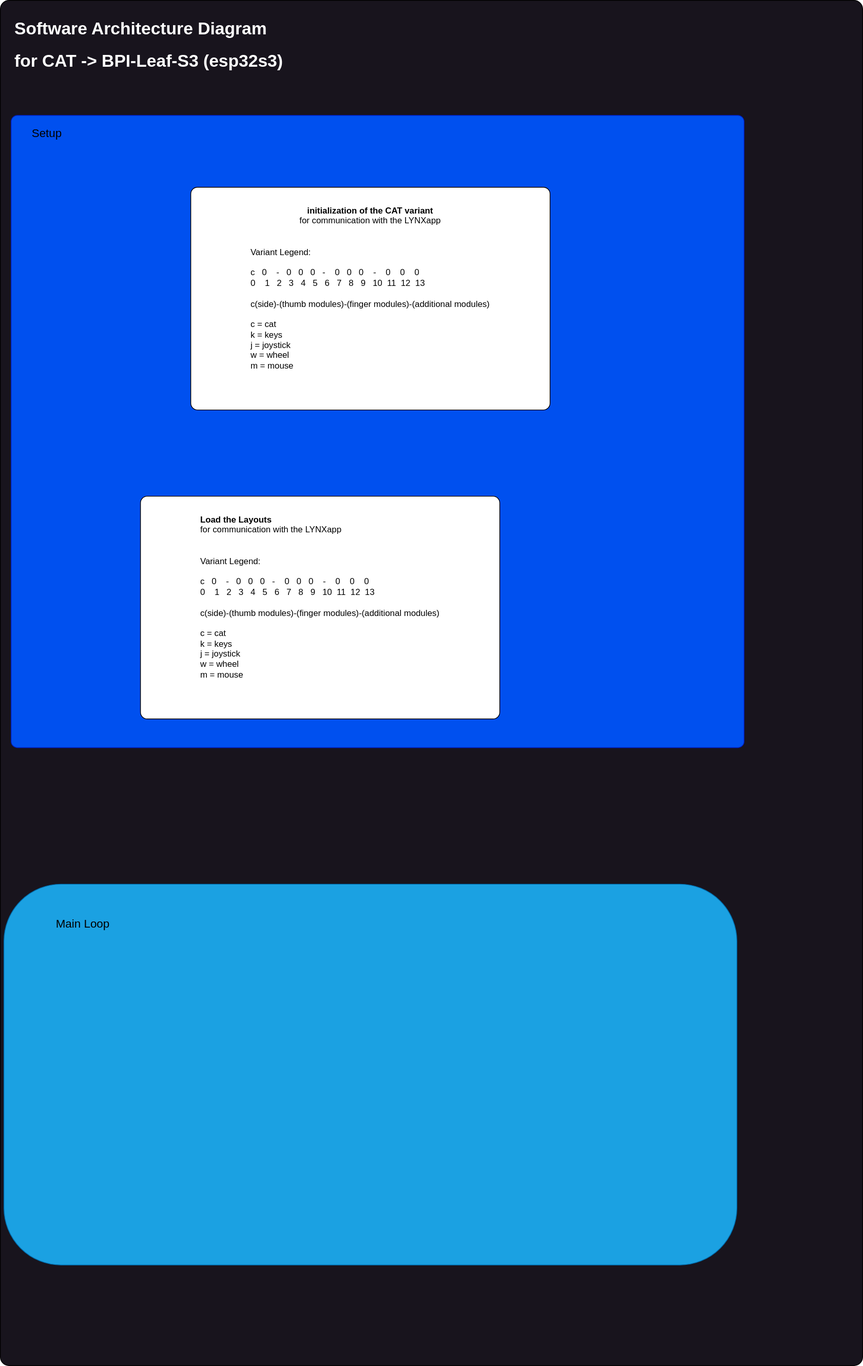
ApeDevil/dev-CAT keeps this draw.io diagram as images/SAD.svg. Above is the earlier version. Source tidied: cells renumbered, new cells last; positions are measured from the earlier drawing's top-left corner, leaving out a move shared by most shapes.
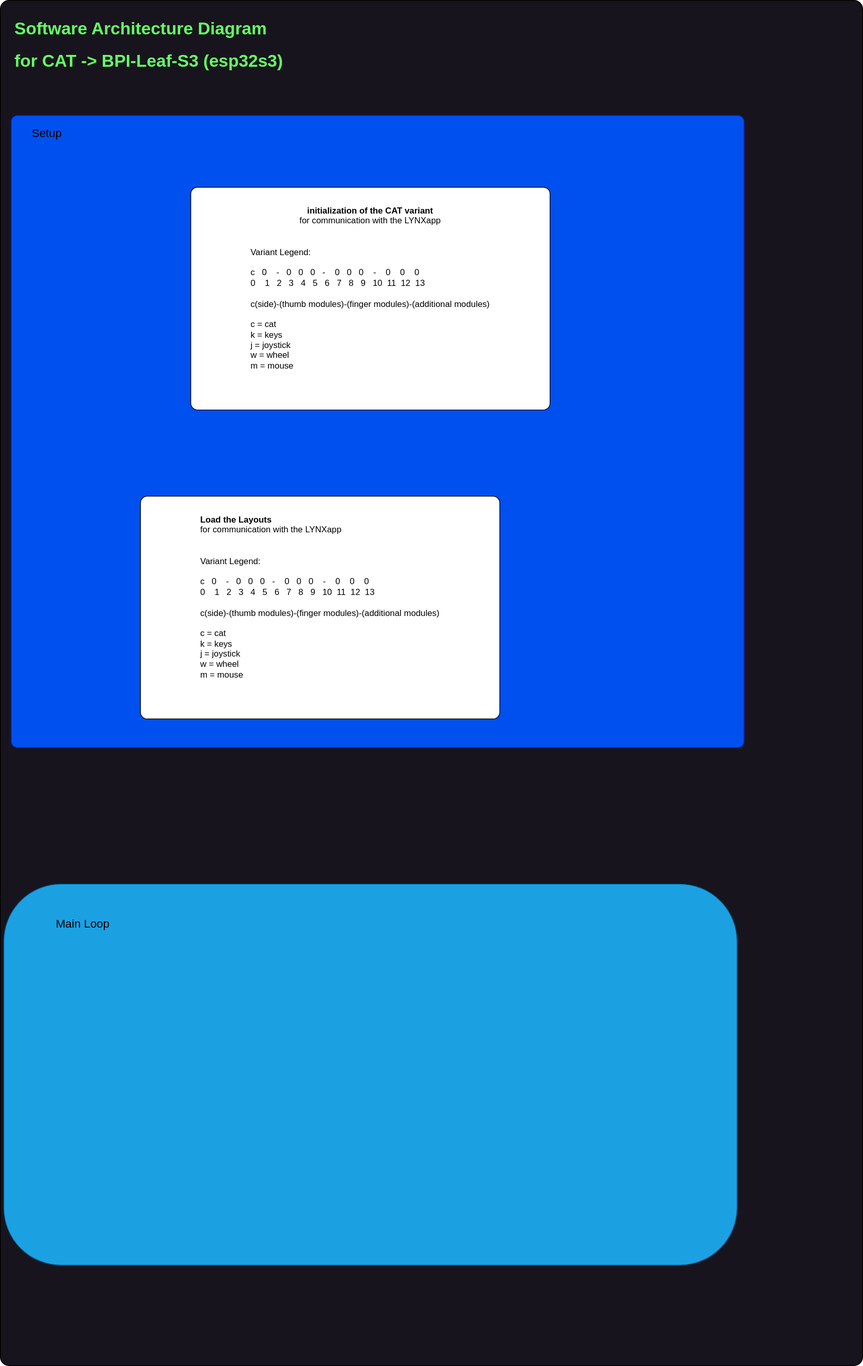
Above is the later version.

Diff of the diagram source:
```diff
@@ -11,7 +11,7 @@
     <mxCell id="4" style="rounded=1;whiteSpace=wrap;html=1;fillColor=#0050ef;fontColor=#ffffff;strokeColor=#001DBC;arcSize=1;" parent="1" vertex="1">
       <mxGeometry x="15" y="160" width="1020" height="880" as="geometry" />
     </mxCell>
-    <mxCell id="5" value="&lt;h1&gt;Software Architecture Diagram&lt;/h1&gt;&lt;h1&gt;for CAT -&amp;gt; BPI-Leaf-S3 (esp32s3)&lt;/h1&gt;" style="text;html=1;strokeColor=none;fillColor=none;spacing=5;spacingTop=-20;whiteSpace=wrap;overflow=hidden;rounded=0;fontColor=#FFFFFF;" parent="1" vertex="1">
+    <mxCell id="5" value="&lt;h1&gt;Software Architecture Diagram&lt;/h1&gt;&lt;h1&gt;for CAT -&amp;gt; BPI-Leaf-S3 (esp32s3)&lt;/h1&gt;" style="text;html=1;strokeColor=none;fillColor=none;spacing=5;spacingTop=-20;whiteSpace=wrap;overflow=hidden;rounded=0;fontColor=#66FF66;" parent="1" vertex="1">
       <mxGeometry x="15" y="20" width="530" height="90" as="geometry" />
     </mxCell>
     <mxCell id="6" value="&lt;b&gt;initialization of the CAT variant&lt;/b&gt;&lt;br&gt;for communication with the LYNXapp&lt;br&gt;&lt;br&gt;&lt;span style=&quot;background-color: initial;&quot;&gt;&lt;br&gt;&lt;div style=&quot;text-align: left;&quot;&gt;&lt;span style=&quot;background-color: initial;&quot;&gt;Variant Legend:&lt;/span&gt;&lt;/div&gt;&lt;/span&gt;&lt;div style=&quot;text-align: left;&quot;&gt;&lt;div&gt;&lt;br&gt;&lt;/div&gt;&lt;div&gt;c&amp;nbsp; &amp;nbsp;0&amp;nbsp; &amp;nbsp; -&amp;nbsp; &amp;nbsp;0&amp;nbsp; &amp;nbsp;0&amp;nbsp; &amp;nbsp;0&amp;nbsp; &amp;nbsp;-&amp;nbsp; &amp;nbsp; 0&amp;nbsp; &amp;nbsp;0&amp;nbsp; &amp;nbsp;0&amp;nbsp; &amp;nbsp; -&amp;nbsp; &amp;nbsp; 0&amp;nbsp; &amp;nbsp; 0&amp;nbsp; &amp;nbsp; 0&lt;/div&gt;&lt;div&gt;0&amp;nbsp; &amp;nbsp; 1&amp;nbsp; &amp;nbsp;2&amp;nbsp; &amp;nbsp;3&amp;nbsp; &amp;nbsp;4&amp;nbsp; &amp;nbsp;5&amp;nbsp; &amp;nbsp;6&amp;nbsp; &amp;nbsp;7&amp;nbsp; &amp;nbsp;8&amp;nbsp; &amp;nbsp;9&amp;nbsp; &amp;nbsp;10&amp;nbsp; 11&amp;nbsp; 12&amp;nbsp; 13&lt;/div&gt;&lt;div&gt;&lt;br&gt;&lt;/div&gt;&lt;div&gt;c(side)-(thumb modules)-(finger modules)-(additional modules)&lt;/div&gt;&lt;div&gt;&lt;br&gt;&lt;/div&gt;&lt;div&gt;c = cat&lt;/div&gt;&lt;div&gt;k = keys&lt;/div&gt;&lt;div&gt;j = joystick&lt;/div&gt;&lt;div&gt;w = wheel&lt;/div&gt;&lt;div&gt;m = mouse&lt;/div&gt;&lt;div&gt;&lt;br&gt;&lt;/div&gt;&lt;div&gt;&lt;br&gt;&lt;/div&gt;&lt;/div&gt;" style="rounded=1;whiteSpace=wrap;html=1;arcSize=3;" parent="1" vertex="1">
```
